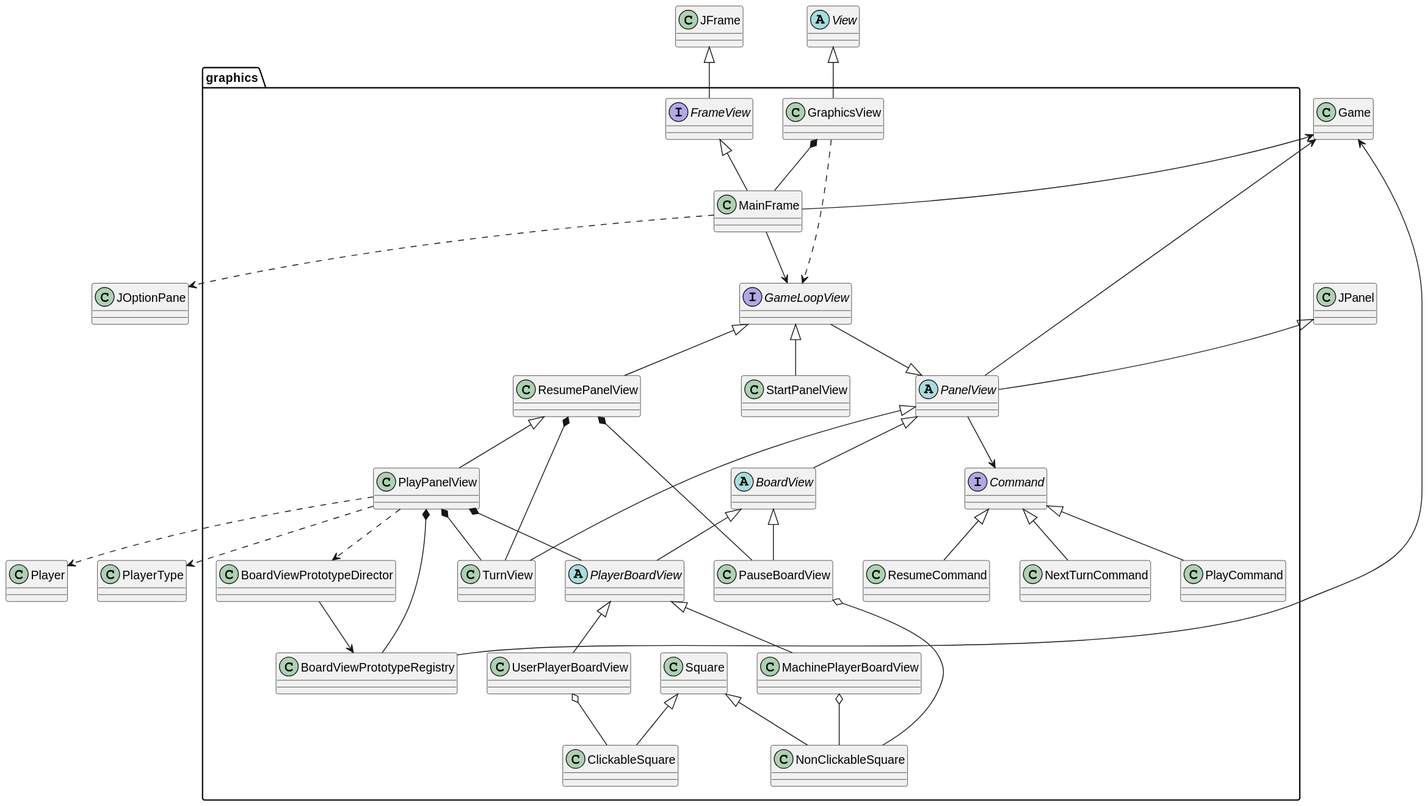
js-rom/connect4 keeps this PlantUML diagram as out/connect4/Docs/diagrams/src/packages/connect4.connect4.views.graphics/connect4.connect4.views.graphics.svg. Above is the earlier version.
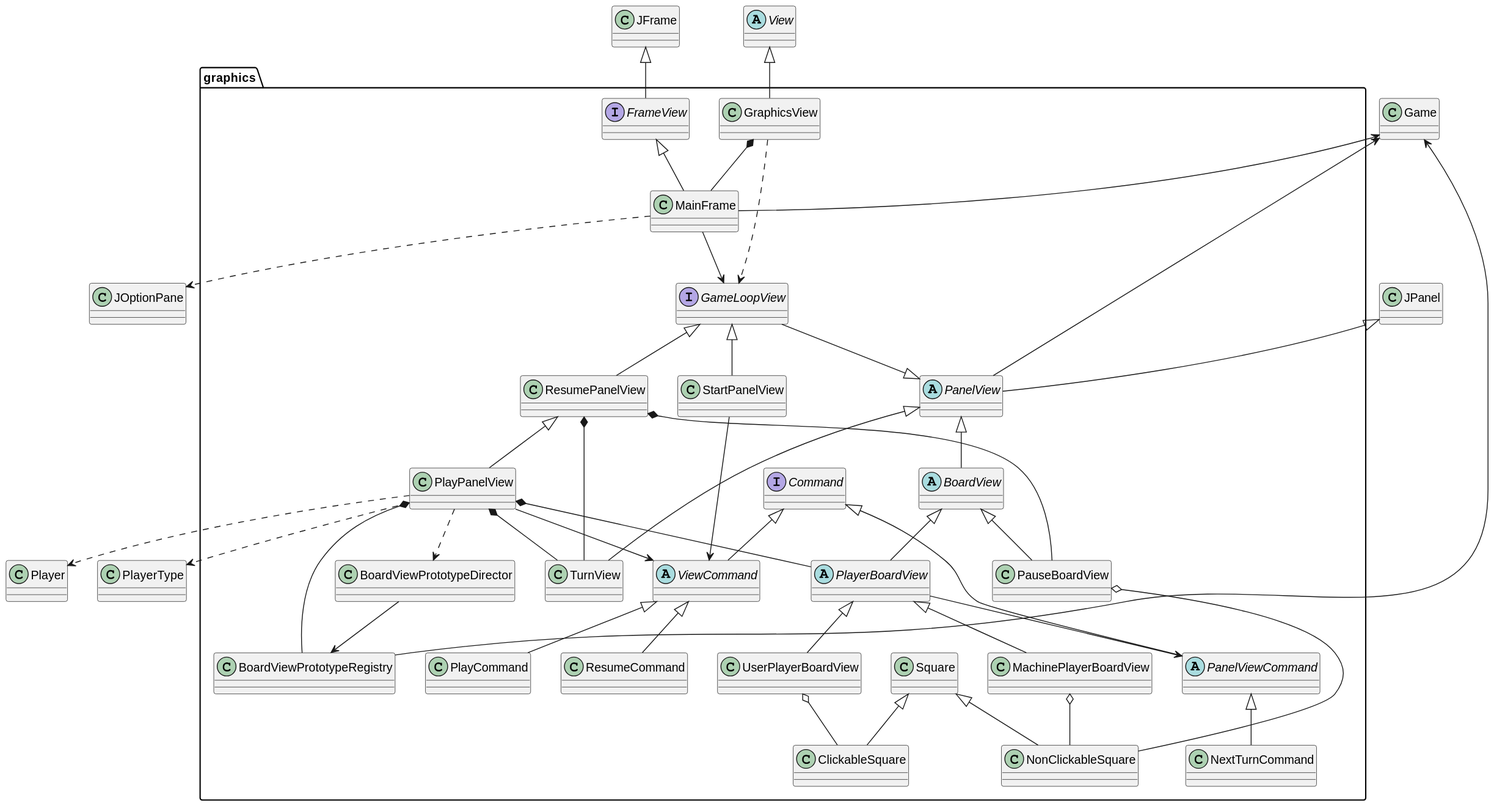
The same file after the commit.

Commit message:
docs(graphics uml): updates class diagram

The edit, as a diff of the source:
```diff
@@ -6,6 +6,8 @@
 class graphics.BoardViewPrototypeDirector
 class graphics.BoardViewPrototypeRegistry
 interface graphics.Command
+abstract class graphics.PanelViewCommand
+abstract class graphics.ViewCommand
 class graphics.GraphicsView
 class graphics.MachinePlayerBoardView
 class graphics.NextTurnCommand
@@ -43,11 +45,9 @@
 PanelView <|-- BoardView
 PanelView <|-- TurnView
 
-
 Game <-- MainFrame
 Game <-- PanelView
 Game <-- BoardViewPrototypeRegistry
-
 
 GraphicsView ..> GameLoopView
 MainFrame --> GameLoopView
@@ -64,11 +64,14 @@
 ResumePanelView *-- PauseBoardView
 ResumePanelView *-- TurnView
 
-PanelView --> Command
+StartPanelView --> ViewCommand
+PlayPanelView --> ViewCommand
 
-Command <|-- NextTurnCommand
-Command <|-- PlayCommand
-Command <|-- ResumeCommand
+Command <|-- PanelViewCommand
+PanelViewCommand <|-- NextTurnCommand
+Command <|-- ViewCommand
+ViewCommand <|-- PlayCommand
+ViewCommand <|-- ResumeCommand
 
 BoardView <|-- PlayerBoardView
 PlayerBoardView <|-- MachinePlayerBoardView
@@ -79,4 +82,6 @@
 PauseBoardView o-- NonClickableSquare
 Square <|-- ClickableSquare
 Square <|-- NonClickableSquare
+
+PlayerBoardView --> PanelViewCommand
 @enduml
```
